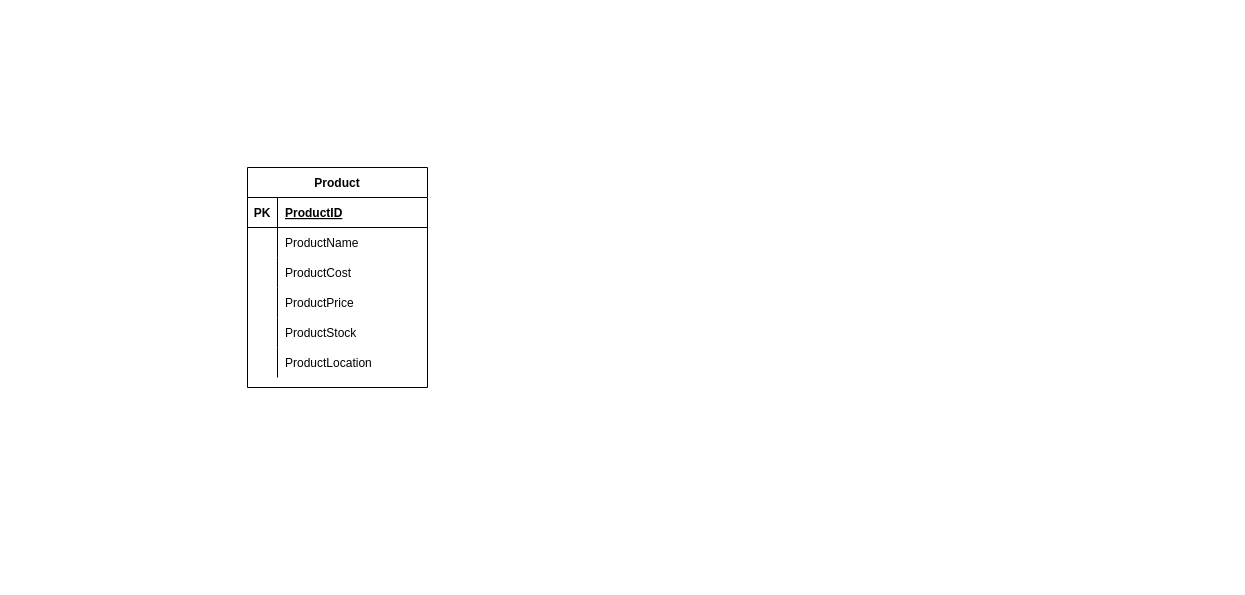
Above: EER diagram.drawio in parkeraustin72/CTIS345 (draw.io), before the change. Source tidied: cells renumbered, new cells numbered last; positions are measured from the earlier drawing's top-left corner, leaving out a move shared by most shapes. Both pictures are drawn from the tidied source at 100%, with x=0, y=0 at pixel (247, 167).
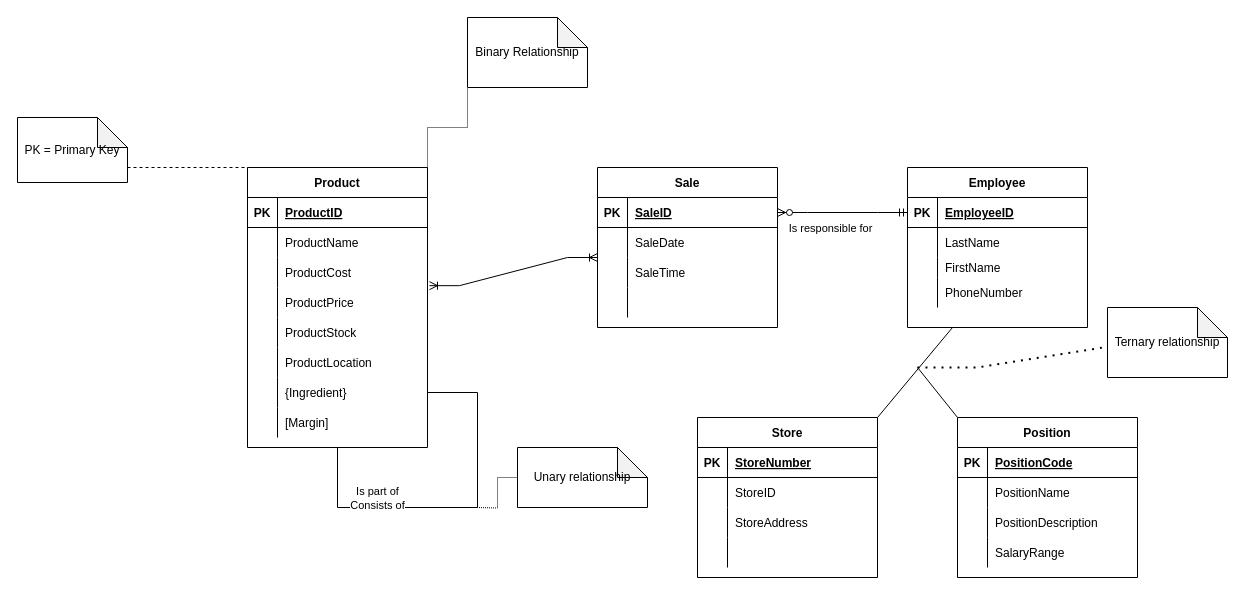
The same diagram, later.

The change refers to these unchanged cells:
```xml
<mxCell id="3" style="shape=tableRow;horizontal=0;startSize=0;swimlaneHead=0;swimlaneBody=0;fillColor=none;points=[[0,0.5],[1,0.5]];portConstraint=eastwest;top=0;left=0;right=0;bottom=1;" parent="2" vertex="1">
  <mxGeometry y="30" width="180" height="30" as="geometry" />
</mxCell>
<mxCell id="9" style="shape=tableRow;horizontal=0;startSize=0;swimlaneHead=0;swimlaneBody=0;fillColor=none;points=[[0,0.5],[1,0.5]];portConstraint=eastwest;top=0;left=0;right=0;bottom=0;" parent="2" vertex="1">
  <mxGeometry y="90" width="180" height="30" as="geometry" />
</mxCell>
```

What changed in the source:
```diff
@@
+    <mxCell id="21" style="edgeStyle=orthogonalEdgeStyle;rounded=0;jettySize=auto;html=1;exitX=1;exitY=0;exitDx=0;exitDy=0;entryX=0;entryY=1;entryDx=0;entryDy=0;entryPerimeter=0;dashed=1;dashPattern=1 1;endArrow=none;endFill=0;" parent="1" edge="1" source="2" target="45">
+      <mxGeometry relative="1" as="geometry" />
+    </mxCell>
     <mxCell id="2" value="Product" style="shape=table;startSize=30;childLayout=tableLayout;rowLines=0;fontStyle=1;align=center;" parent="1" vertex="1">
-      <mxGeometry width="180" height="220" as="geometry" />
+      <mxGeometry width="180" height="280" as="geometry" />
     </mxCell>
@@
+    <mxCell id="22" style="edgeStyle=orthogonalEdgeStyle;rounded=0;jettySize=auto;html=1;exitX=1;exitY=0.5;exitDx=0;exitDy=0;entryX=0.5;entryY=1;entryDx=0;entryDy=0;endArrow=none;endFill=0;" parent="2" edge="1" source="24" target="2">
+      <mxGeometry relative="1" as="geometry">
+        <Array as="points">
+          <mxPoint x="230" y="225" />
+          <mxPoint x="230" y="340" />
+          <mxPoint x="90" y="340" />
+        </Array>
+      </mxGeometry>
+    </mxCell>
+    <mxCell id="23" value="Is part of&lt;br&gt;Consists of" style="edgeLabel;html=1;align=center;verticalAlign=middle;" parent="22" vertex="1">
+      <mxGeometry x="0.46" y="2" relative="1" as="geometry">
+        <mxPoint y="-12" as="offset" />
+      </mxGeometry>
+    </mxCell>
+    <mxCell id="24" style="shape=tableRow;horizontal=0;startSize=0;swimlaneHead=0;swimlaneBody=0;fillColor=none;points=[[0,0.5],[1,0.5]];portConstraint=eastwest;top=0;left=0;right=0;bottom=0;" parent="2" vertex="1">
+      <mxGeometry y="210" width="180" height="30" as="geometry" />
+    </mxCell>
+    <mxCell id="25" style="shape=partialRectangle;fillColor=none;top=0;left=0;bottom=0;right=0;overflow=hidden;" parent="24" vertex="1">
+      <mxGeometry width="30" height="30" as="geometry" />
+    </mxCell>
+    <mxCell id="26" value="{Ingredient}" style="shape=partialRectangle;fillColor=none;top=0;left=0;bottom=0;right=0;align=left;spacingLeft=6;overflow=hidden;" parent="24" vertex="1">
+      <mxGeometry x="30" width="150" height="30" as="geometry" />
+    </mxCell>
+    <mxCell id="27" style="shape=tableRow;horizontal=0;startSize=0;swimlaneHead=0;swimlaneBody=0;fillColor=none;top=0;left=0;right=0;bottom=0;" parent="2" vertex="1">
+      <mxGeometry y="240" width="180" height="30" as="geometry" />
+    </mxCell>
+    <mxCell id="28" style="shape=partialRectangle;fillColor=none;top=0;left=0;bottom=0;right=0;overflow=hidden;" parent="27" vertex="1">
+      <mxGeometry width="30" height="30" as="geometry" />
+    </mxCell>
+    <mxCell id="29" value="[Margin]" style="shape=partialRectangle;fillColor=none;top=0;left=0;bottom=0;right=0;align=left;spacingLeft=6;overflow=hidden;" parent="27" vertex="1">
+      <mxGeometry x="30" width="150" height="30" as="geometry" />
+    </mxCell>
+    <mxCell id="30" value="PK = Primary Key" style="shape=note;whiteSpace=wrap;html=1;backgroundOutline=1;darkOpacity=0.05;" parent="1" vertex="1">
+      <mxGeometry x="-230" y="-50" width="110" height="65" as="geometry" />
+    </mxCell>
+    <mxCell id="31" style="edgeStyle=orthogonalEdgeStyle;rounded=0;jettySize=auto;html=1;exitX=0;exitY=0.5;exitDx=0;exitDy=0;entryX=0;entryY=0;entryDx=110;entryDy=47.5;entryPerimeter=0;dashed=1;endArrow=none;endFill=0;" parent="1" edge="1" source="3" target="30">
+      <mxGeometry relative="1" as="geometry">
+        <Array as="points">
+          <mxPoint />
+          <mxPoint x="-120" />
+        </Array>
+      </mxGeometry>
+    </mxCell>
+    <mxCell id="32" value="Sale" style="shape=table;startSize=30;childLayout=tableLayout;rowLines=0;fontStyle=1;align=center;" parent="1" vertex="1">
+      <mxGeometry x="350" width="180" height="160" as="geometry" />
+    </mxCell>
+    <mxCell id="33" style="shape=tableRow;horizontal=0;startSize=0;swimlaneHead=0;swimlaneBody=0;fillColor=none;points=[[0,0.5],[1,0.5]];portConstraint=eastwest;top=0;left=0;right=0;bottom=1;" parent="32" vertex="1">
+      <mxGeometry y="30" width="180" height="30" as="geometry" />
+    </mxCell>
+    <mxCell id="34" value="PK" style="shape=partialRectangle;fillColor=none;top=0;left=0;bottom=0;right=0;fontStyle=1;overflow=hidden;" parent="33" vertex="1">
+      <mxGeometry width="30" height="30" as="geometry" />
+    </mxCell>
+    <mxCell id="35" value="SaleID" style="shape=partialRectangle;fillColor=none;top=0;left=0;bottom=0;right=0;align=left;spacingLeft=6;fontStyle=5;overflow=hidden;" parent="33" vertex="1">
+      <mxGeometry x="30" width="150" height="30" as="geometry" />
+    </mxCell>
+    <mxCell id="36" style="shape=tableRow;horizontal=0;startSize=0;swimlaneHead=0;swimlaneBody=0;fillColor=none;top=0;left=0;right=0;bottom=0;" parent="32" vertex="1">
+      <mxGeometry y="60" width="180" height="30" as="geometry" />
+    </mxCell>
+    <mxCell id="37" style="shape=partialRectangle;fillColor=none;top=0;left=0;bottom=0;right=0;overflow=hidden;" parent="36" vertex="1">
+      <mxGeometry width="30" height="30" as="geometry" />
+    </mxCell>
+    <mxCell id="38" value="SaleDate" style="shape=partialRectangle;fillColor=none;top=0;left=0;bottom=0;right=0;align=left;spacingLeft=6;overflow=hidden;" parent="36" vertex="1">
+      <mxGeometry x="30" width="150" height="30" as="geometry" />
+    </mxCell>
+    <mxCell id="39" style="shape=tableRow;horizontal=0;startSize=0;swimlaneHead=0;swimlaneBody=0;fillColor=none;points=[[0,0.5],[1,0.5]];portConstraint=eastwest;top=0;left=0;right=0;bottom=0;" parent="32" vertex="1">
+      <mxGeometry y="90" width="180" height="30" as="geometry" />
+    </mxCell>
+    <mxCell id="40" style="shape=partialRectangle;fillColor=none;top=0;left=0;bottom=0;right=0;overflow=hidden;" parent="39" vertex="1">
+      <mxGeometry width="30" height="30" as="geometry" />
+    </mxCell>
+    <mxCell id="41" value="SaleTime" style="shape=partialRectangle;fillColor=none;top=0;left=0;bottom=0;right=0;align=left;spacingLeft=6;overflow=hidden;" parent="39" vertex="1">
+      <mxGeometry x="30" width="150" height="30" as="geometry" />
+    </mxCell>
+    <mxCell id="42" style="shape=tableRow;horizontal=0;startSize=0;swimlaneHead=0;swimlaneBody=0;fillColor=none;top=0;left=0;right=0;bottom=0;" parent="32" vertex="1">
+      <mxGeometry y="120" width="180" height="30" as="geometry" />
+    </mxCell>
+    <mxCell id="43" style="shape=partialRectangle;fillColor=none;top=0;left=0;bottom=0;right=0;overflow=hidden;" parent="42" vertex="1">
+      <mxGeometry width="30" height="30" as="geometry" />
+    </mxCell>
+    <mxCell id="44" style="shape=partialRectangle;fillColor=none;top=0;left=0;bottom=0;right=0;align=left;spacingLeft=6;overflow=hidden;" parent="42" vertex="1">
+      <mxGeometry x="30" width="150" height="30" as="geometry" />
+    </mxCell>
+    <mxCell id="45" value="Binary Relationship" style="shape=note;whiteSpace=wrap;html=1;backgroundOutline=1;darkOpacity=0.05;" parent="1" vertex="1">
+      <mxGeometry x="220" y="-150" width="120" height="70" as="geometry" />
+    </mxCell>
+    <mxCell id="46" style="edgeStyle=orthogonalEdgeStyle;rounded=0;jettySize=auto;html=1;exitX=0;exitY=0.5;exitDx=0;exitDy=0;exitPerimeter=0;endArrow=none;endFill=0;dashed=1;dashPattern=1 1;" parent="1" edge="1" source="47">
+      <mxGeometry relative="1" as="geometry">
+        <mxPoint x="230" y="340" as="targetPoint" />
+      </mxGeometry>
+    </mxCell>
+    <mxCell id="47" value="Unary relationship" style="shape=note;whiteSpace=wrap;html=1;backgroundOutline=1;darkOpacity=0.05;" parent="1" vertex="1">
+      <mxGeometry x="270" y="280" width="130" height="60" as="geometry" />
+    </mxCell>
+    <mxCell id="48" value="Store" style="shape=table;startSize=30;childLayout=tableLayout;rowLines=0;fontStyle=1;align=center;" parent="1" vertex="1">
+      <mxGeometry x="450" y="250" width="180" height="160" as="geometry" />
+    </mxCell>
+    <mxCell id="49" style="shape=tableRow;horizontal=0;startSize=0;swimlaneHead=0;swimlaneBody=0;fillColor=none;top=0;left=0;right=0;bottom=1;" parent="48" vertex="1">
+      <mxGeometry y="30" width="180" height="30" as="geometry" />
+    </mxCell>
+    <mxCell id="50" value="PK" style="shape=partialRectangle;fillColor=none;top=0;left=0;bottom=0;right=0;fontStyle=1;overflow=hidden;" parent="49" vertex="1">
+      <mxGeometry width="30" height="30" as="geometry" />
+    </mxCell>
+    <mxCell id="51" value="StoreNumber" style="shape=partialRectangle;fillColor=none;top=0;left=0;bottom=0;right=0;align=left;spacingLeft=6;fontStyle=5;overflow=hidden;" parent="49" vertex="1">
+      <mxGeometry x="30" width="150" height="30" as="geometry" />
+    </mxCell>
+    <mxCell id="52" style="shape=tableRow;horizontal=0;startSize=0;swimlaneHead=0;swimlaneBody=0;fillColor=none;top=0;left=0;right=0;bottom=0;" parent="48" vertex="1">
+      <mxGeometry y="60" width="180" height="30" as="geometry" />
+    </mxCell>
+    <mxCell id="53" style="shape=partialRectangle;fillColor=none;top=0;left=0;bottom=0;right=0;overflow=hidden;" parent="52" vertex="1">
+      <mxGeometry width="30" height="30" as="geometry" />
+    </mxCell>
+    <mxCell id="54" value="StoreID" style="shape=partialRectangle;fillColor=none;top=0;left=0;bottom=0;right=0;align=left;spacingLeft=6;overflow=hidden;" parent="52" vertex="1">
+      <mxGeometry x="30" width="150" height="30" as="geometry" />
+    </mxCell>
+    <mxCell id="55" style="shape=tableRow;horizontal=0;startSize=0;swimlaneHead=0;swimlaneBody=0;fillColor=none;top=0;left=0;right=0;bottom=0;" parent="48" vertex="1">
+      <mxGeometry y="90" width="180" height="30" as="geometry" />
+    </mxCell>
+    <mxCell id="56" style="shape=partialRectangle;fillColor=none;top=0;left=0;bottom=0;right=0;overflow=hidden;" parent="55" vertex="1">
+      <mxGeometry width="30" height="30" as="geometry" />
+    </mxCell>
+    <mxCell id="57" value="StoreAddress" style="shape=partialRectangle;fillColor=none;top=0;left=0;bottom=0;right=0;align=left;spacingLeft=6;overflow=hidden;" parent="55" vertex="1">
+      <mxGeometry x="30" width="150" height="30" as="geometry" />
+    </mxCell>
+    <mxCell id="58" style="shape=tableRow;horizontal=0;startSize=0;swimlaneHead=0;swimlaneBody=0;fillColor=none;top=0;left=0;right=0;bottom=0;" parent="48" vertex="1">
+      <mxGeometry y="120" width="180" height="30" as="geometry" />
+    </mxCell>
+    <mxCell id="59" style="shape=partialRectangle;fillColor=none;top=0;left=0;bottom=0;right=0;overflow=hidden;" parent="58" vertex="1">
+      <mxGeometry width="30" height="30" as="geometry" />
+    </mxCell>
+    <mxCell id="60" style="shape=partialRectangle;fillColor=none;top=0;left=0;bottom=0;right=0;align=left;spacingLeft=6;overflow=hidden;" parent="58" vertex="1">
+      <mxGeometry x="30" width="150" height="30" as="geometry" />
+    </mxCell>
+    <mxCell id="61" value="Position" style="shape=table;startSize=30;childLayout=tableLayout;rowLines=0;fontStyle=1;align=center;" parent="1" vertex="1">
+      <mxGeometry x="710" y="250" width="180" height="160" as="geometry" />
+    </mxCell>
+    <mxCell id="62" style="shape=tableRow;horizontal=0;startSize=0;swimlaneHead=0;swimlaneBody=0;fillColor=none;top=0;left=0;right=0;bottom=1;" parent="61" vertex="1">
+      <mxGeometry y="30" width="180" height="30" as="geometry" />
+    </mxCell>
+    <mxCell id="63" value="PK" style="shape=partialRectangle;fillColor=none;top=0;left=0;bottom=0;right=0;fontStyle=1;overflow=hidden;" parent="62" vertex="1">
+      <mxGeometry width="30" height="30" as="geometry" />
+    </mxCell>
+    <mxCell id="64" value="PositionCode" style="shape=partialRectangle;fillColor=none;top=0;left=0;bottom=0;right=0;align=left;spacingLeft=6;fontStyle=5;overflow=hidden;" parent="62" vertex="1">
+      <mxGeometry x="30" width="150" height="30" as="geometry" />
+    </mxCell>
+    <mxCell id="65" style="shape=tableRow;horizontal=0;startSize=0;swimlaneHead=0;swimlaneBody=0;fillColor=none;top=0;left=0;right=0;bottom=0;" parent="61" vertex="1">
+      <mxGeometry y="60" width="180" height="30" as="geometry" />
+    </mxCell>
+    <mxCell id="66" style="shape=partialRectangle;fillColor=none;top=0;left=0;bottom=0;right=0;overflow=hidden;" parent="65" vertex="1">
+      <mxGeometry width="30" height="30" as="geometry" />
+    </mxCell>
+    <mxCell id="67" value="PositionName" style="shape=partialRectangle;fillColor=none;top=0;left=0;bottom=0;right=0;align=left;spacingLeft=6;overflow=hidden;" parent="65" vertex="1">
+      <mxGeometry x="30" width="150" height="30" as="geometry" />
+    </mxCell>
+    <mxCell id="68" style="shape=tableRow;horizontal=0;startSize=0;swimlaneHead=0;swimlaneBody=0;fillColor=none;top=0;left=0;right=0;bottom=0;" parent="61" vertex="1">
+      <mxGeometry y="90" width="180" height="30" as="geometry" />
+    </mxCell>
+    <mxCell id="69" style="shape=partialRectangle;fillColor=none;top=0;left=0;bottom=0;right=0;overflow=hidden;" parent="68" vertex="1">
+      <mxGeometry width="30" height="30" as="geometry" />
+    </mxCell>
+    <mxCell id="70" value="PositionDescription" style="shape=partialRectangle;fillColor=none;top=0;left=0;bottom=0;right=0;align=left;spacingLeft=6;overflow=hidden;" parent="68" vertex="1">
+      <mxGeometry x="30" width="150" height="30" as="geometry" />
+    </mxCell>
+    <mxCell id="71" style="shape=tableRow;horizontal=0;startSize=0;swimlaneHead=0;swimlaneBody=0;fillColor=none;top=0;left=0;right=0;bottom=0;" parent="61" vertex="1">
+      <mxGeometry y="120" width="180" height="30" as="geometry" />
+    </mxCell>
+    <mxCell id="72" style="shape=partialRectangle;fillColor=none;top=0;left=0;bottom=0;right=0;overflow=hidden;" parent="71" vertex="1">
+      <mxGeometry width="30" height="30" as="geometry" />
+    </mxCell>
+    <mxCell id="73" value="SalaryRange" style="shape=partialRectangle;fillColor=none;top=0;left=0;bottom=0;right=0;align=left;spacingLeft=6;overflow=hidden;" parent="71" vertex="1">
+      <mxGeometry x="30" width="150" height="30" as="geometry" />
+    </mxCell>
+    <mxCell id="74" value="Employee" style="shape=table;startSize=30;childLayout=tableLayout;rowLines=0;fontStyle=1;align=center;" parent="1" vertex="1">
+      <mxGeometry x="660" width="180" height="160" as="geometry" />
+    </mxCell>
+    <mxCell id="75" style="shape=tableRow;horizontal=0;startSize=0;swimlaneHead=0;swimlaneBody=0;fillColor=none;points=[[0,0.5],[1,0.5]];portConstraint=eastwest;top=0;left=0;right=0;bottom=1;" parent="74" vertex="1">
+      <mxGeometry y="30" width="180" height="30" as="geometry" />
+    </mxCell>
+    <mxCell id="76" value="PK" style="shape=partialRectangle;fillColor=none;top=0;left=0;bottom=0;right=0;fontStyle=1;overflow=hidden;" parent="75" vertex="1">
+      <mxGeometry width="30" height="30" as="geometry" />
+    </mxCell>
+    <mxCell id="77" value="EmployeeID" style="shape=partialRectangle;fillColor=none;top=0;left=0;bottom=0;right=0;align=left;spacingLeft=6;fontStyle=5;overflow=hidden;" parent="75" vertex="1">
+      <mxGeometry x="30" width="150" height="30" as="geometry" />
+    </mxCell>
+    <mxCell id="78" style="shape=tableRow;horizontal=0;startSize=0;swimlaneHead=0;swimlaneBody=0;fillColor=none;top=0;left=0;right=0;bottom=0;" parent="74" vertex="1">
+      <mxGeometry y="60" width="180" height="30" as="geometry" />
+    </mxCell>
+    <mxCell id="79" style="shape=partialRectangle;fillColor=none;top=0;left=0;bottom=0;right=0;overflow=hidden;" parent="78" vertex="1">
+      <mxGeometry width="30" height="30" as="geometry" />
+    </mxCell>
+    <mxCell id="80" value="LastName    " style="shape=partialRectangle;fillColor=none;top=0;left=0;bottom=0;right=0;align=left;spacingLeft=6;overflow=hidden;" parent="78" vertex="1">
+      <mxGeometry x="30" width="150" height="30" as="geometry" />
+    </mxCell>
+    <mxCell id="81" style="shape=tableRow;horizontal=0;startSize=0;swimlaneHead=0;swimlaneBody=0;fillColor=none;top=0;left=0;right=0;bottom=0;" parent="74" vertex="1">
+      <mxGeometry y="90" width="180" height="20" as="geometry" />
+    </mxCell>
+    <mxCell id="82" style="shape=partialRectangle;fillColor=none;top=0;left=0;bottom=0;right=0;overflow=hidden;" parent="81" vertex="1">
+      <mxGeometry width="30" height="20" as="geometry" />
+    </mxCell>
+    <mxCell id="83" value="FirstName" style="shape=partialRectangle;fillColor=none;top=0;left=0;bottom=0;right=0;align=left;spacingLeft=6;overflow=hidden;" parent="81" vertex="1">
+      <mxGeometry x="30" width="150" height="20" as="geometry" />
+    </mxCell>
+    <mxCell id="84" style="shape=tableRow;horizontal=0;startSize=0;swimlaneHead=0;swimlaneBody=0;fillColor=none;top=0;left=0;right=0;bottom=0;" parent="74" vertex="1">
+      <mxGeometry y="110" width="180" height="30" as="geometry" />
+    </mxCell>
+    <mxCell id="85" style="shape=partialRectangle;fillColor=none;top=0;left=0;bottom=0;right=0;overflow=hidden;" parent="84" vertex="1">
+      <mxGeometry width="30" height="30" as="geometry" />
+    </mxCell>
+    <mxCell id="86" value="PhoneNumber" style="shape=partialRectangle;fillColor=none;top=0;left=0;bottom=0;right=0;align=left;spacingLeft=6;overflow=hidden;" parent="84" vertex="1">
+      <mxGeometry x="30" width="150" height="30" as="geometry" />
+    </mxCell>
+    <mxCell id="87" style="endArrow=none;html=1;rounded=0;entryX=0.25;entryY=1;entryDx=0;entryDy=0;" parent="1" edge="1" target="74">
+      <mxGeometry relative="1" as="geometry">
+        <mxPoint x="630" y="250" as="sourcePoint" />
+      </mxGeometry>
+    </mxCell>
+    <mxCell id="88" style="endArrow=none;html=1;rounded=0;entryX=0;entryY=0;entryDx=0;entryDy=0;" parent="1" edge="1" target="61">
+      <mxGeometry relative="1" as="geometry">
+        <mxPoint x="670" y="200" as="sourcePoint" />
+      </mxGeometry>
+    </mxCell>
+    <mxCell id="89" style="endArrow=none;dashed=1;html=1;dashPattern=1 3;strokeWidth=2;rounded=0;entryX=-0.009;entryY=0.563;entryDx=0;entryDy=0;entryPerimeter=0;" parent="1" edge="1" target="90">
+      <mxGeometry relative="1" as="geometry">
+        <mxPoint x="670" y="200" as="sourcePoint" />
+        <Array as="points">
+          <mxPoint x="730" y="200" />
+        </Array>
+      </mxGeometry>
+    </mxCell>
+    <mxCell id="90" value="Ternary relationship" style="shape=note;whiteSpace=wrap;html=1;backgroundOutline=1;darkOpacity=0.05;" parent="1" vertex="1">
+      <mxGeometry x="860" y="140" width="120" height="70" as="geometry" />
+    </mxCell>
+    <mxCell id="91" style="edgeStyle=entityRelationEdgeStyle;fontSize=12;html=1;endArrow=ERzeroToMany;startArrow=ERmandOne;rounded=0;exitX=0;exitY=0.5;exitDx=0;exitDy=0;entryX=1;entryY=0.5;entryDx=0;entryDy=0;" parent="1" edge="1" source="75" target="33">
+      <mxGeometry relative="1" as="geometry" />
+    </mxCell>
+    <mxCell id="92" value="Is responsible for" style="edgeLabel;html=1;align=center;verticalAlign=middle;" parent="91" vertex="1">
+      <mxGeometry x="0.2" y="-1" relative="1" as="geometry">
+        <mxPoint y="16" as="offset" />
+      </mxGeometry>
+    </mxCell>
+    <mxCell id="93" style="edgeStyle=entityRelationEdgeStyle;fontSize=12;html=1;endArrow=ERoneToMany;startArrow=ERoneToMany;rounded=0;entryX=0;entryY=0;entryDx=0;entryDy=0;entryPerimeter=0;exitX=1.011;exitY=0.939;exitDx=0;exitDy=0;exitPerimeter=0;" parent="1" edge="1" source="9" target="39">
+      <mxGeometry relative="1" as="geometry" />
+    </mxCell>
```
